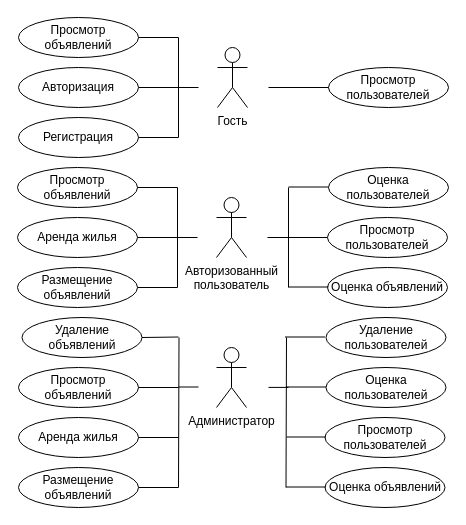
Pangolierchick/IU7-PPO keeps this draw.io diagram as page "use-case" (1 of 6) of doc/diagrams.drawio. Above is the earlier version. Source tidied: cells renumbered, new cells numbered last; positions are measured from the earlier drawing's top-left corner, leaving out a move shared by most shapes. Both pictures are drawn from the tidied source at 100%, with x=0, y=0 at pixel (17, 17).
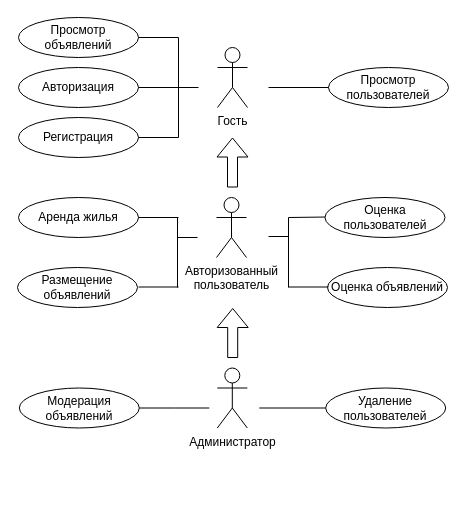
The same diagram, later.

The change refers to these unchanged cells:
```xml
<mxCell id="16" value="Размещение объявлений" style="ellipse;whiteSpace=wrap;html=1;labelBackgroundColor=none;rounded=0;" parent="1" vertex="1">
  <mxGeometry y="250" width="120" height="40" as="geometry" />
</mxCell>
```

Change to the diagram source:
```diff
@@
-    <mxCell id="14" value="Просмотр объявлений" style="ellipse;whiteSpace=wrap;html=1;labelBackgroundColor=none;rounded=0;" parent="1" vertex="1">
-      <mxGeometry y="150" width="120" height="40" as="geometry" />
-    </mxCell>
     <mxCell id="15" value="Аренда жилья" style="ellipse;whiteSpace=wrap;html=1;labelBackgroundColor=none;rounded=0;" parent="1" vertex="1">
-      <mxGeometry y="200" width="120" height="40" as="geometry" />
+      <mxGeometry x="1" y="180" width="120" height="40" as="geometry" />
     </mxCell>
@@
-    <mxCell id="17" value="Просмотр пользователей" style="ellipse;whiteSpace=wrap;html=1;labelBackgroundColor=none;rounded=0;" parent="1" vertex="1">
-      <mxGeometry x="310" y="200" width="120" height="40" as="geometry" />
-    </mxCell>
-    <mxCell id="18" style="endArrow=none;html=1;rounded=0;exitX=1;exitY=0.5;exitDx=0;exitDy=0;" parent="1" edge="1" source="16">
+    <mxCell id="18" style="endArrow=none;html=1;rounded=0;exitX=1;exitY=0.5;exitDx=0;exitDy=0;" parent="1" edge="1">
       <mxGeometry relative="1" as="geometry">
-        <mxPoint x="160" y="270" as="targetPoint" />
+        <mxPoint x="121" y="269.5" as="sourcePoint" />
+        <mxPoint x="161" y="269.5" as="targetPoint" />
       </mxGeometry>
     </mxCell>
     <mxCell id="19" style="endArrow=none;html=1;rounded=0;" parent="1" edge="1">
       <mxGeometry relative="1" as="geometry">
-        <mxPoint x="160" y="170" as="sourcePoint" />
+        <mxPoint x="160" y="200" as="sourcePoint" />
         <mxPoint x="160" y="270" as="targetPoint" />
       </mxGeometry>
     </mxCell>
     <mxCell id="20" style="endArrow=none;html=1;rounded=0;exitX=1;exitY=0.5;exitDx=0;exitDy=0;" parent="1" edge="1" source="15">
       <mxGeometry relative="1" as="geometry">
-        <mxPoint x="160" y="220" as="targetPoint" />
+        <mxPoint x="161" y="200" as="targetPoint" />
       </mxGeometry>
     </mxCell>
-    <mxCell id="21" style="endArrow=none;html=1;rounded=0;exitX=1;exitY=0.5;exitDx=0;exitDy=0;" parent="1" edge="1" source="14">
-      <mxGeometry relative="1" as="geometry">
-        <mxPoint x="160" y="170" as="targetPoint" />
-      </mxGeometry>
-    </mxCell>
@@
-    <mxCell id="23" style="endArrow=none;html=1;rounded=0;entryX=0;entryY=0.5;entryDx=0;entryDy=0;" parent="1" edge="1" target="17">
+    <mxCell id="23" style="endArrow=none;html=1;rounded=0;entryX=0;entryY=0.5;entryDx=0;entryDy=0;" parent="1" edge="1">
       <mxGeometry relative="1" as="geometry">
-        <mxPoint x="250" y="220" as="sourcePoint" />
+        <mxPoint x="271" y="200" as="sourcePoint" />
+        <mxPoint x="310" y="199.5" as="targetPoint" />
       </mxGeometry>
     </mxCell>
     <mxCell id="24" value="Оценка пользователей" style="ellipse;whiteSpace=wrap;html=1;labelBackgroundColor=none;rounded=0;" parent="1" vertex="1">
-      <mxGeometry x="311" y="150" width="120" height="40" as="geometry" />
+      <mxGeometry x="307.5" y="180" width="120" height="40" as="geometry" />
     </mxCell>
@@
     <mxCell id="26" style="endArrow=none;html=1;rounded=0;" parent="1" edge="1">
       <mxGeometry relative="1" as="geometry">
-        <mxPoint x="271" y="170" as="sourcePoint" />
+        <mxPoint x="271" y="200" as="sourcePoint" />
         <mxPoint x="271" y="270" as="targetPoint" />
       </mxGeometry>
     </mxCell>
-    <mxCell id="27" style="endArrow=none;html=1;rounded=0;exitX=1;exitY=0.5;exitDx=0;exitDy=0;" parent="1" edge="1">
-      <mxGeometry relative="1" as="geometry">
-        <mxPoint x="271" y="169.5" as="sourcePoint" />
-        <mxPoint x="311" y="169.5" as="targetPoint" />
-      </mxGeometry>
-    </mxCell>
@@
     <mxCell id="29" value="Администратор" style="shape=umlActor;verticalLabelPosition=bottom;verticalAlign=top;html=1;labelBackgroundColor=none;rounded=0;" parent="1" vertex="1">
-      <mxGeometry x="199" y="330" width="30" height="60" as="geometry" />
+      <mxGeometry x="199.8" y="350.5" width="30" height="60" as="geometry" />
     </mxCell>
-    <mxCell id="30" value="Просмотр объявлений" style="ellipse;whiteSpace=wrap;html=1;labelBackgroundColor=none;rounded=0;" parent="1" vertex="1">
-      <mxGeometry x="1" y="350" width="120" height="40" as="geometry" />
-    </mxCell>
-    <mxCell id="31" value="Аренда жилья" style="ellipse;whiteSpace=wrap;html=1;labelBackgroundColor=none;rounded=0;" parent="1" vertex="1">
-      <mxGeometry x="1" y="400" width="120" height="40" as="geometry" />
-    </mxCell>
-    <mxCell id="32" value="Размещение объявлений" style="ellipse;whiteSpace=wrap;html=1;labelBackgroundColor=none;rounded=0;" parent="1" vertex="1">
-      <mxGeometry x="1" y="450" width="120" height="40" as="geometry" />
-    </mxCell>
-    <mxCell id="33" value="Просмотр пользователей" style="ellipse;whiteSpace=wrap;html=1;labelBackgroundColor=none;rounded=0;" parent="1" vertex="1">
-      <mxGeometry x="307.5" y="400" width="120" height="40" as="geometry" />
-    </mxCell>
-    <mxCell id="34" style="endArrow=none;html=1;rounded=0;exitX=1;exitY=0.5;exitDx=0;exitDy=0;" parent="1" edge="1" source="32">
-      <mxGeometry relative="1" as="geometry">
-        <mxPoint x="161" y="470" as="targetPoint" />
-      </mxGeometry>
-    </mxCell>
-    <mxCell id="35" style="endArrow=none;html=1;rounded=0;" parent="1" edge="1">
-      <mxGeometry relative="1" as="geometry">
-        <mxPoint x="161.5" y="320" as="sourcePoint" />
-        <mxPoint x="161" y="470" as="targetPoint" />
-      </mxGeometry>
-    </mxCell>
-    <mxCell id="36" style="endArrow=none;html=1;rounded=0;exitX=1;exitY=0.5;exitDx=0;exitDy=0;" parent="1" edge="1" source="31">
-      <mxGeometry relative="1" as="geometry">
-        <mxPoint x="161" y="420" as="targetPoint" />
-      </mxGeometry>
-    </mxCell>
-    <mxCell id="37" style="endArrow=none;html=1;rounded=0;exitX=1;exitY=0.5;exitDx=0;exitDy=0;" parent="1" edge="1" source="30">
-      <mxGeometry relative="1" as="geometry">
-        <mxPoint x="161" y="370" as="targetPoint" />
-      </mxGeometry>
-    </mxCell>
-    <mxCell id="38" value="Оценка пользователей" style="ellipse;whiteSpace=wrap;html=1;labelBackgroundColor=none;rounded=0;" parent="1" vertex="1">
-      <mxGeometry x="308.5" y="350" width="120" height="40" as="geometry" />
-    </mxCell>
-    <mxCell id="39" value="Оценка объявлений" style="ellipse;whiteSpace=wrap;html=1;labelBackgroundColor=none;rounded=0;" parent="1" vertex="1">
-      <mxGeometry x="307.5" y="450" width="120" height="40" as="geometry" />
-    </mxCell>
-    <mxCell id="40" style="endArrow=none;html=1;rounded=0;" parent="1" edge="1">
-      <mxGeometry relative="1" as="geometry">
-        <mxPoint x="269" y="320" as="sourcePoint" />
-        <mxPoint x="268.5" y="470" as="targetPoint" />
-      </mxGeometry>
-    </mxCell>
-    <mxCell id="41" style="endArrow=none;html=1;rounded=0;exitX=1;exitY=0.5;exitDx=0;exitDy=0;" parent="1" edge="1">
-      <mxGeometry relative="1" as="geometry">
-        <mxPoint x="268.5" y="369.5" as="sourcePoint" />
-        <mxPoint x="308.5" y="369.5" as="targetPoint" />
-      </mxGeometry>
-    </mxCell>
-    <mxCell id="42" style="endArrow=none;html=1;rounded=0;exitX=1;exitY=0.5;exitDx=0;exitDy=0;" parent="1" edge="1">
-      <mxGeometry relative="1" as="geometry">
-        <mxPoint x="268.5" y="469.5" as="sourcePoint" />
-        <mxPoint x="308.5" y="469.5" as="targetPoint" />
-      </mxGeometry>
-    </mxCell>
+    <mxCell id="50" style="edgeStyle=orthogonalEdgeStyle;rounded=0;jettySize=auto;html=1;exitX=1;exitY=0.5;exitDx=0;exitDy=0;endArrow=none;endFill=0;" parent="1" edge="1" source="43">
+      <mxGeometry relative="1" as="geometry">
+        <mxPoint x="191.8" y="390.5" as="targetPoint" />
+      </mxGeometry>
+    </mxCell>
-    <mxCell id="43" value="Удаление объявлений" style="ellipse;whiteSpace=wrap;html=1;labelBackgroundColor=none;rounded=0;" parent="1" vertex="1">
-      <mxGeometry x="4.5" y="300" width="120" height="40" as="geometry" />
+    <mxCell id="43" value="Модерация объявлений" style="ellipse;whiteSpace=wrap;html=1;labelBackgroundColor=none;rounded=0;" parent="1" vertex="1">
+      <mxGeometry x="1.8" y="370.5" width="120" height="40" as="geometry" />
     </mxCell>
+    <mxCell id="51" style="edgeStyle=orthogonalEdgeStyle;rounded=0;jettySize=auto;html=1;exitX=0;exitY=0.5;exitDx=0;exitDy=0;endArrow=none;endFill=0;" parent="1" edge="1" source="44">
+      <mxGeometry relative="1" as="geometry">
+        <mxPoint x="241.8" y="390.5" as="targetPoint" />
+      </mxGeometry>
+    </mxCell>
     <mxCell id="44" value="Удаление пользователей" style="ellipse;whiteSpace=wrap;html=1;labelBackgroundColor=none;rounded=0;" parent="1" vertex="1">
-      <mxGeometry x="308.5" y="300" width="120" height="40" as="geometry" />
+      <mxGeometry x="308.2" y="370.5" width="120" height="40" as="geometry" />
     </mxCell>
-    <mxCell id="45" style="endArrow=none;html=1;rounded=0;exitX=1;exitY=0.5;exitDx=0;exitDy=0;" parent="1" edge="1">
-      <mxGeometry relative="1" as="geometry">
-        <mxPoint x="269" y="419.5" as="sourcePoint" />
-        <mxPoint x="308.5" y="419.5" as="targetPoint" />
-      </mxGeometry>
-    </mxCell>
-    <mxCell id="46" style="endArrow=none;html=1;rounded=0;exitX=1;exitY=0.5;exitDx=0;exitDy=0;" parent="1" edge="1">
-      <mxGeometry relative="1" as="geometry">
-        <mxPoint x="267.5" y="319.5" as="sourcePoint" />
-        <mxPoint x="307.5" y="319.5" as="targetPoint" />
-      </mxGeometry>
-    </mxCell>
-    <mxCell id="47" style="endArrow=none;html=1;rounded=0;exitX=1;exitY=0.5;exitDx=0;exitDy=0;" parent="1" edge="1" source="43">
-      <mxGeometry relative="1" as="geometry">
-        <mxPoint x="161" y="319.5" as="targetPoint" />
-      </mxGeometry>
-    </mxCell>
-    <mxCell id="48" style="endArrow=none;html=1;rounded=0;" parent="1" edge="1">
-      <mxGeometry relative="1" as="geometry">
-        <mxPoint x="161" y="369.5" as="sourcePoint" />
-        <mxPoint x="181" y="369.5" as="targetPoint" />
-      </mxGeometry>
-    </mxCell>
-    <mxCell id="49" style="endArrow=none;html=1;rounded=0;" parent="1" edge="1">
-      <mxGeometry relative="1" as="geometry">
-        <mxPoint x="251" y="369.9" as="sourcePoint" />
-        <mxPoint x="271" y="369.9" as="targetPoint" />
-      </mxGeometry>
-    </mxCell>
+    <mxCell id="52" style="endArrow=none;html=1;rounded=0;" parent="1" edge="1">
+      <mxGeometry relative="1" as="geometry">
+        <mxPoint x="251" y="219" as="sourcePoint" />
+        <mxPoint x="271" y="219" as="targetPoint" />
+      </mxGeometry>
+    </mxCell>
+    <mxCell id="53" style="shape=flexArrow;endArrow=classic;html=1;rounded=0;" parent="1" edge="1">
+      <mxGeometry relative="1" as="geometry">
+        <mxPoint x="215" y="170" as="sourcePoint" />
+        <mxPoint x="215" y="120" as="targetPoint" />
+      </mxGeometry>
+    </mxCell>
+    <mxCell id="54" style="shape=flexArrow;endArrow=classic;html=1;rounded=0;" parent="1" edge="1">
+      <mxGeometry relative="1" as="geometry">
+        <mxPoint x="215.2" y="340.5" as="sourcePoint" />
+        <mxPoint x="215.2" y="290.5" as="targetPoint" />
+      </mxGeometry>
+    </mxCell>
```
